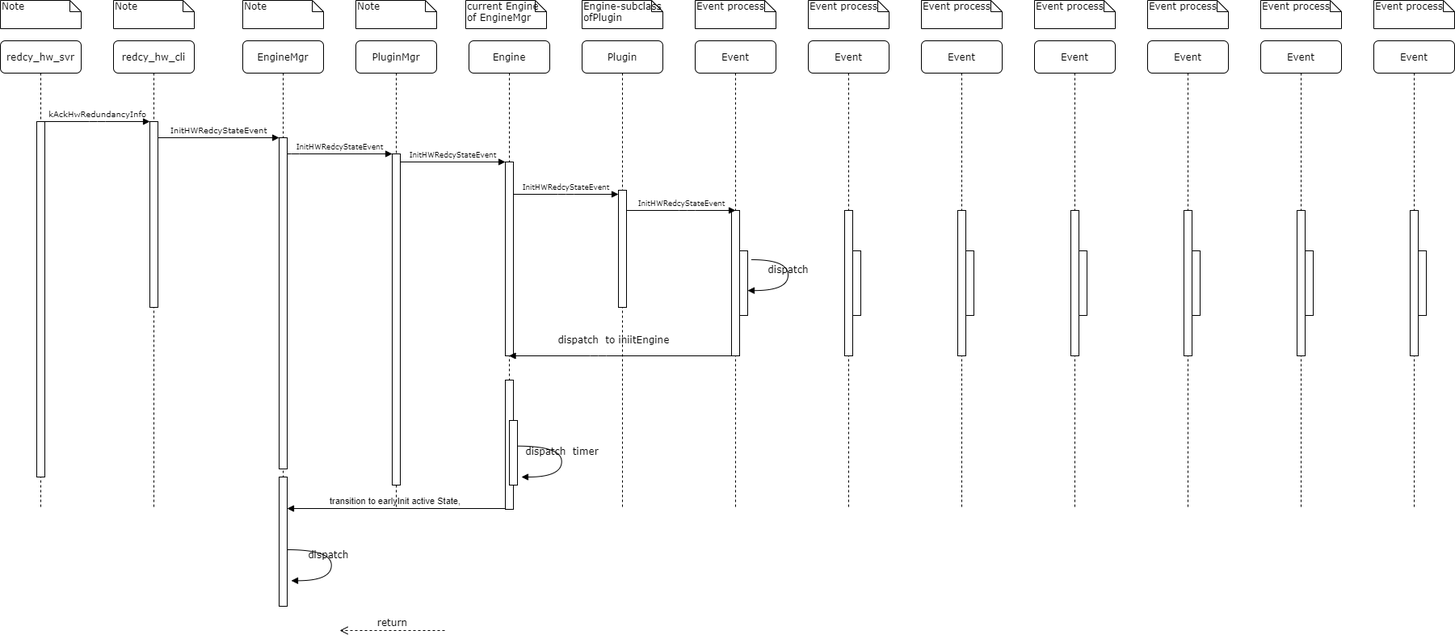
The draw.io diagram UML/StartActiveRedundancy.png in Steve888888/FN-Redundancy, before a commit. Source tidied: cells renumbered, new cells last; positions are measured from the earlier drawing's top-left corner, leaving out a move shared by most shapes.
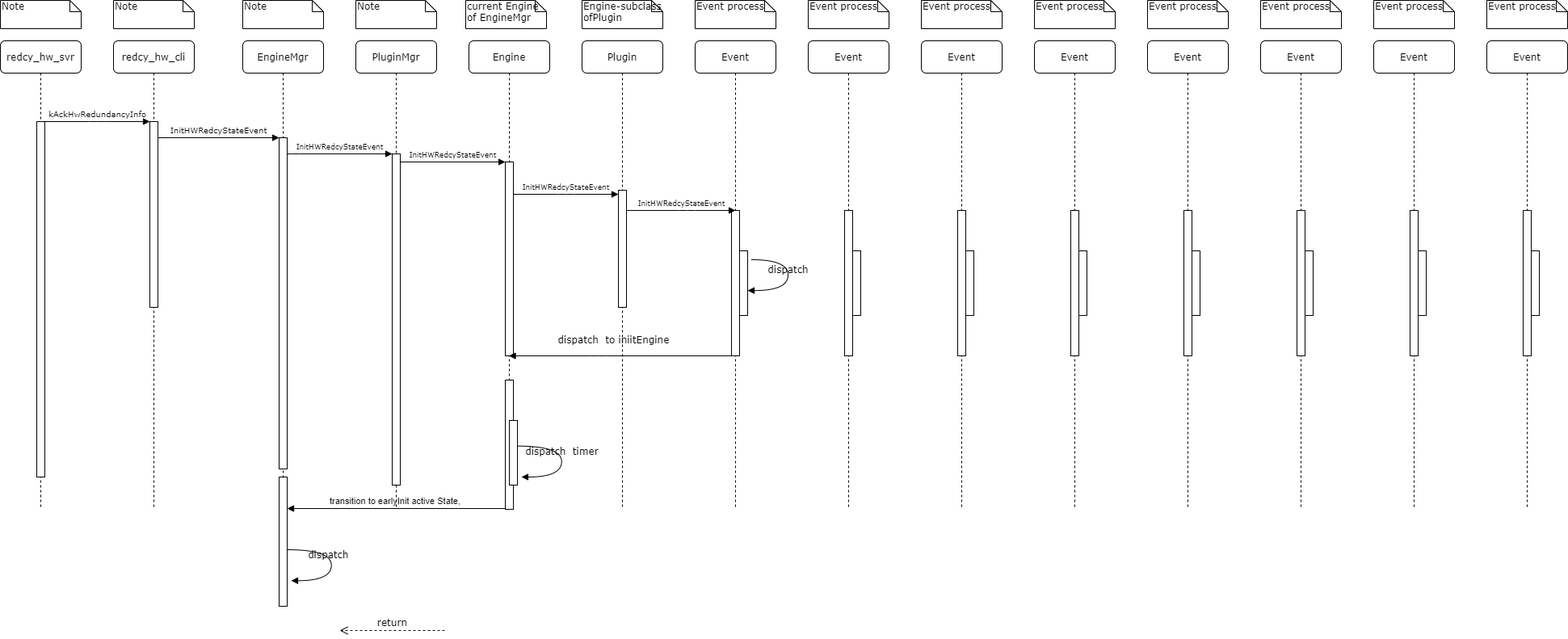
Later version of the same file.

The edit, as a diff of the source:
```diff
@@ -234,5 +234,17 @@
     <mxCell id="62" style="html=1;perimeter=orthogonalPerimeter;" parent="60" vertex="1">
       <mxGeometry x="55" y="260" width="10" height="80" as="geometry" />
     </mxCell>
+    <mxCell id="63" value="Event process" style="shape=note;whiteSpace=wrap;html=1;size=14;verticalAlign=top;align=left;spacingTop=-6;rounded=0;shadow=0;comic=0;labelBackgroundColor=none;strokeWidth=1;fontFamily=Verdana;fontSize=12;" parent="1" vertex="1">
+      <mxGeometry x="1840" width="100" height="35" as="geometry" />
+    </mxCell>
+    <mxCell id="64" value="Event" style="shape=umlLifeline;perimeter=lifelinePerimeter;whiteSpace=wrap;html=1;rounded=1;shadow=0;comic=0;labelBackgroundColor=none;strokeWidth=1;fontFamily=Verdana;fontSize=12;align=center;" parent="1" vertex="1">
+      <mxGeometry x="1840" y="50" width="100" height="580" as="geometry" />
+    </mxCell>
+    <mxCell id="65" style="html=1;perimeter=orthogonalPerimeter;rounded=0;shadow=0;comic=0;labelBackgroundColor=none;strokeColor=#000000;strokeWidth=1;fillColor=#FFFFFF;fontFamily=Verdana;fontSize=12;fontColor=#000000;align=center;" parent="64" vertex="1">
+      <mxGeometry x="45" y="210" width="10" height="180" as="geometry" />
+    </mxCell>
+    <mxCell id="66" style="html=1;perimeter=orthogonalPerimeter;" parent="64" vertex="1">
+      <mxGeometry x="55" y="260" width="10" height="80" as="geometry" />
+    </mxCell>
   </root>
 </mxGraphModel>
```
